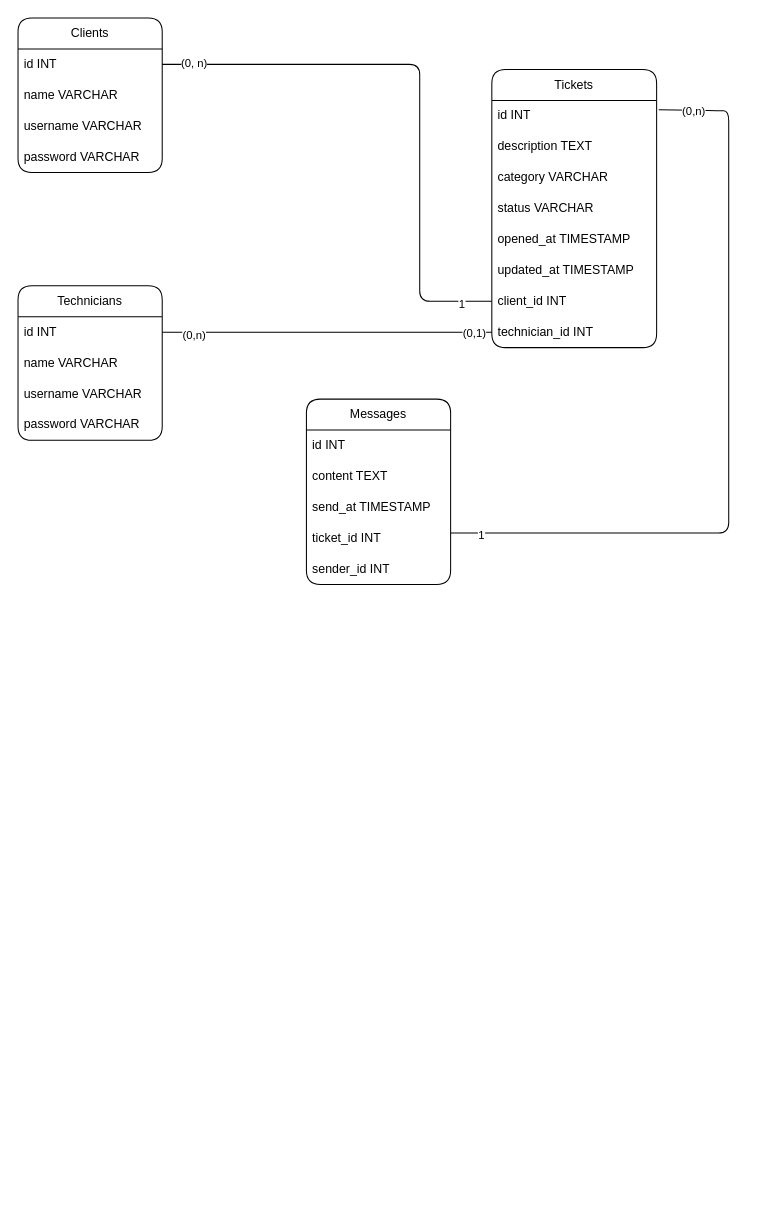
Above: One bit code/4-Dados/7-modelando_bd.drawio in KimberlyMartins/OneBitCode-Ruby (draw.io), before the change. Source tidied: cells renumbered, new cells numbered last; positions are measured from the earlier drawing's top-left corner, leaving out a move shared by most shapes. Both pictures are drawn from the tidied source at 103%, with x=0, y=0 at pixel (18, 18).
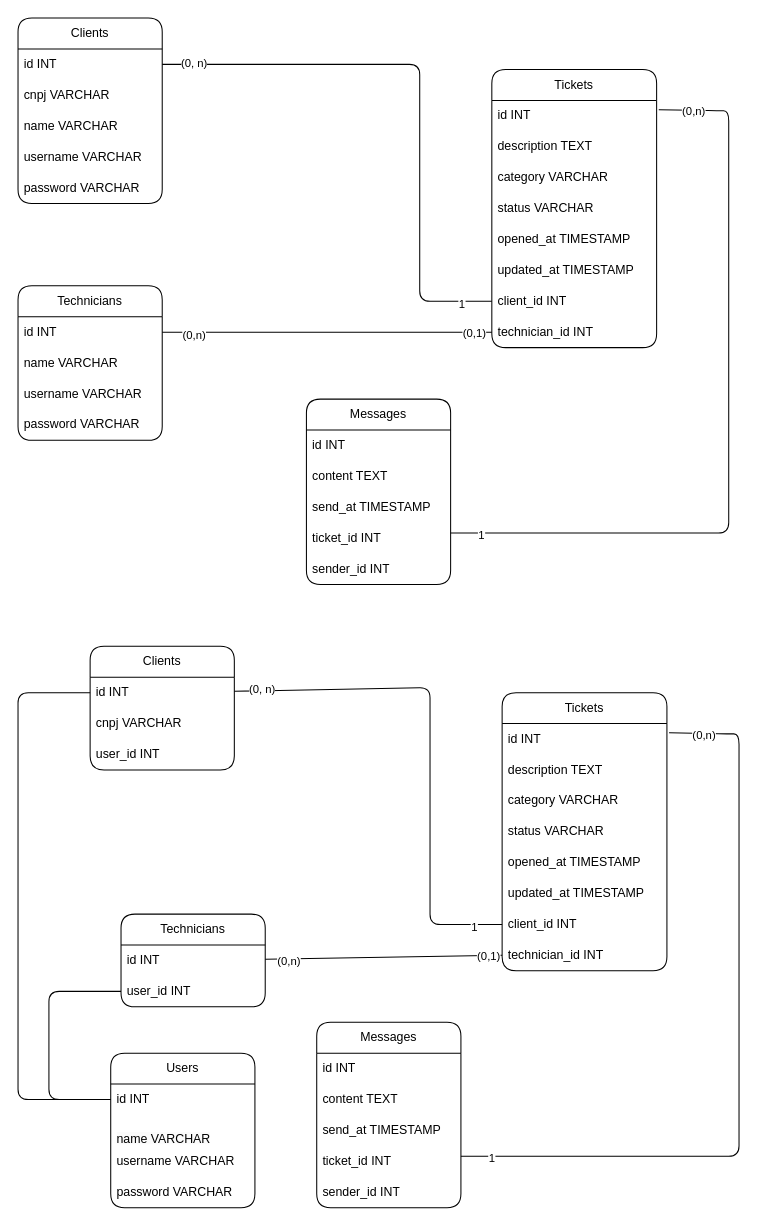
The same diagram, later.

Change to the diagram source:
```diff
@@
     <mxCell id="2" value="Clients" style="swimlane;fontStyle=0;horizontal=1;startSize=30;whiteSpace=wrap;html=1;rounded=1;" parent="1" vertex="1">
-      <mxGeometry width="140" height="150" as="geometry" />
+      <mxGeometry width="140" height="180" as="geometry" />
     </mxCell>
@@
+    <mxCell id="36" value="cnpj VARCHAR" style="text;strokeColor=none;fillColor=none;align=left;verticalAlign=middle;spacingLeft=4;spacingRight=4;overflow=hidden;whiteSpace=wrap;html=1;" parent="2" vertex="1">
+      <mxGeometry y="60" width="140" height="30" as="geometry" />
+    </mxCell>
     <mxCell id="4" value="name VARCHAR" style="text;strokeColor=none;fillColor=none;align=left;verticalAlign=middle;spacingLeft=4;spacingRight=4;overflow=hidden;whiteSpace=wrap;html=1;" parent="2" vertex="1">
-      <mxGeometry y="60" width="140" height="30" as="geometry" />
+      <mxGeometry y="90" width="140" height="30" as="geometry" />
     </mxCell>
     <mxCell id="5" value="username VARCHAR" style="text;strokeColor=none;fillColor=none;align=left;verticalAlign=middle;spacingLeft=4;spacingRight=4;overflow=hidden;whiteSpace=wrap;html=1;" parent="2" vertex="1">
-      <mxGeometry y="90" width="140" height="30" as="geometry" />
+      <mxGeometry y="120" width="140" height="30" as="geometry" />
     </mxCell>
     <mxCell id="6" value="password VARCHAR" style="text;strokeColor=none;fillColor=none;align=left;verticalAlign=middle;spacingLeft=4;spacingRight=4;overflow=hidden;whiteSpace=wrap;html=1;" parent="2" vertex="1">
-      <mxGeometry y="120" width="140" height="30" as="geometry" />
+      <mxGeometry y="150" width="140" height="30" as="geometry" />
     </mxCell>
@@
+    <mxCell id="37" value="Tickets" style="swimlane;fontStyle=0;horizontal=1;startSize=30;whiteSpace=wrap;html=1;rounded=1;" parent="1" vertex="1">
+      <mxGeometry x="470" y="655" width="160" height="270" as="geometry" />
+    </mxCell>
+    <mxCell id="38" value="id INT" style="text;strokeColor=none;fillColor=none;align=left;verticalAlign=middle;spacingLeft=4;spacingRight=4;overflow=hidden;points=[[0,0.5],[1,0.5]];portConstraint=eastwest;whiteSpace=wrap;html=1;rounded=1;" parent="37" vertex="1">
+      <mxGeometry y="30" width="160" height="30" as="geometry" />
+    </mxCell>
+    <mxCell id="39" value="description TEXT" style="text;strokeColor=none;fillColor=none;align=left;verticalAlign=middle;spacingLeft=4;spacingRight=4;overflow=hidden;whiteSpace=wrap;html=1;" parent="37" vertex="1">
+      <mxGeometry y="60" width="160" height="30" as="geometry" />
+    </mxCell>
+    <mxCell id="40" value="category VARCHAR" style="text;strokeColor=none;fillColor=none;align=left;verticalAlign=middle;spacingLeft=4;spacingRight=4;overflow=hidden;whiteSpace=wrap;html=1;" parent="37" vertex="1">
+      <mxGeometry y="90" width="160" height="30" as="geometry" />
+    </mxCell>
+    <mxCell id="41" value="status VARCHAR" style="text;strokeColor=none;fillColor=none;align=left;verticalAlign=middle;spacingLeft=4;spacingRight=4;overflow=hidden;whiteSpace=wrap;html=1;" parent="37" vertex="1">
+      <mxGeometry y="120" width="160" height="30" as="geometry" />
+    </mxCell>
+    <mxCell id="42" value="opened_at TIMESTAMP" style="text;strokeColor=none;fillColor=none;align=left;verticalAlign=middle;spacingLeft=4;spacingRight=4;overflow=hidden;whiteSpace=wrap;html=1;" parent="37" vertex="1">
+      <mxGeometry y="150" width="160" height="30" as="geometry" />
+    </mxCell>
+    <mxCell id="43" value="updated_at TIMESTAMP" style="text;strokeColor=none;fillColor=none;align=left;verticalAlign=middle;spacingLeft=4;spacingRight=4;overflow=hidden;whiteSpace=wrap;html=1;" parent="37" vertex="1">
+      <mxGeometry y="180" width="160" height="30" as="geometry" />
+    </mxCell>
+    <mxCell id="44" value="client_id INT" style="text;strokeColor=none;fillColor=none;align=left;verticalAlign=middle;spacingLeft=4;spacingRight=4;overflow=hidden;points=[[0,0.5],[1,0.5]];portConstraint=eastwest;whiteSpace=wrap;html=1;" parent="37" vertex="1">
+      <mxGeometry y="210" width="160" height="30" as="geometry" />
+    </mxCell>
+    <mxCell id="45" value="technician_id INT" style="text;strokeColor=none;fillColor=none;align=left;verticalAlign=middle;spacingLeft=4;spacingRight=4;overflow=hidden;points=[[0,0.5],[1,0.5]];portConstraint=eastwest;whiteSpace=wrap;html=1;" parent="37" vertex="1">
+      <mxGeometry y="240" width="160" height="30" as="geometry" />
+    </mxCell>
+    <mxCell id="46" style="endArrow=none;html=1;entryX=0;entryY=0.5;entryDx=0;entryDy=0;" parent="1" edge="1" source="66" target="45">
+      <mxGeometry relative="1" as="geometry" />
+    </mxCell>
+    <mxCell id="47" value="(0,n)" style="edgeLabel;html=1;align=center;verticalAlign=middle;" parent="46" vertex="1">
+      <mxGeometry x="-0.81" y="-2" relative="1" as="geometry" />
+    </mxCell>
+    <mxCell id="48" value="(0,1)" style="edgeLabel;html=1;align=center;verticalAlign=middle;" parent="46" vertex="1">
+      <mxGeometry x="0.89" relative="1" as="geometry" />
+    </mxCell>
+    <mxCell id="49" style="endArrow=none;html=1;entryX=0;entryY=0.5;entryDx=0;entryDy=0;" parent="1" edge="1" source="62" target="44">
+      <mxGeometry relative="1" as="geometry">
+        <Array as="points">
+          <mxPoint x="400" y="650" />
+          <mxPoint x="400" y="880" />
+        </Array>
+      </mxGeometry>
+    </mxCell>
+    <mxCell id="50" value="1" style="edgeLabel;html=1;align=center;verticalAlign=middle;" parent="49" vertex="1">
+      <mxGeometry x="0.89" y="-2" relative="1" as="geometry" />
+    </mxCell>
+    <mxCell id="51" value="(0, n)" style="edgeLabel;html=1;align=center;verticalAlign=middle;" parent="49" vertex="1">
+      <mxGeometry x="-0.89" y="2" relative="1" as="geometry" />
+    </mxCell>
+    <mxCell id="52" value="Messages" style="swimlane;fontStyle=0;horizontal=1;startSize=30;whiteSpace=wrap;html=1;rounded=1;" parent="1" vertex="1">
+      <mxGeometry x="290" y="975" width="140" height="180" as="geometry" />
+    </mxCell>
+    <mxCell id="53" value="id INT" style="text;strokeColor=none;fillColor=none;align=left;verticalAlign=middle;spacingLeft=4;spacingRight=4;overflow=hidden;whiteSpace=wrap;html=1;" parent="52" vertex="1">
+      <mxGeometry y="30" width="140" height="30" as="geometry" />
+    </mxCell>
+    <mxCell id="54" value="content TEXT" style="text;strokeColor=none;fillColor=none;align=left;verticalAlign=middle;spacingLeft=4;spacingRight=4;overflow=hidden;whiteSpace=wrap;html=1;" parent="52" vertex="1">
+      <mxGeometry y="60" width="140" height="30" as="geometry" />
+    </mxCell>
+    <mxCell id="55" value="send_at TIMESTAMP" style="text;strokeColor=none;fillColor=none;align=left;verticalAlign=middle;spacingLeft=4;spacingRight=4;overflow=hidden;whiteSpace=wrap;html=1;" parent="52" vertex="1">
+      <mxGeometry y="90" width="140" height="30" as="geometry" />
+    </mxCell>
+    <mxCell id="56" value="ticket_id INT" style="text;strokeColor=none;fillColor=none;align=left;verticalAlign=middle;spacingLeft=4;spacingRight=4;overflow=hidden;points=[[0,0.5],[1,0.5]];portConstraint=eastwest;whiteSpace=wrap;html=1;" parent="52" vertex="1">
+      <mxGeometry y="120" width="140" height="30" as="geometry" />
+    </mxCell>
+    <mxCell id="57" value="sender_id INT" style="text;strokeColor=none;fillColor=none;align=left;verticalAlign=middle;spacingLeft=4;spacingRight=4;overflow=hidden;whiteSpace=wrap;html=1;" parent="52" vertex="1">
+      <mxGeometry y="150" width="140" height="30" as="geometry" />
+    </mxCell>
+    <mxCell id="58" style="endArrow=none;html=1;exitX=1;exitY=0.333;exitDx=0;exitDy=0;entryX=1.013;entryY=0.3;entryDx=0;entryDy=0;entryPerimeter=0;exitPerimeter=0;" parent="1" edge="1" source="56" target="38">
+      <mxGeometry relative="1" as="geometry">
+        <Array as="points">
+          <mxPoint x="700" y="1105" />
+          <mxPoint x="700" y="895" />
+          <mxPoint x="700" y="795" />
+          <mxPoint x="700" y="735" />
+          <mxPoint x="700" y="695" />
+          <mxPoint x="690" y="695" />
+        </Array>
+      </mxGeometry>
+    </mxCell>
+    <mxCell id="59" value="1" style="edgeLabel;html=1;align=center;verticalAlign=middle;" parent="58" vertex="1">
+      <mxGeometry x="-0.92" y="-2" relative="1" as="geometry" />
+    </mxCell>
+    <mxCell id="60" value="(0,n)" style="edgeLabel;html=1;align=center;verticalAlign=middle;" parent="58" vertex="1">
+      <mxGeometry x="0.91" y="1" relative="1" as="geometry" />
+    </mxCell>
+    <mxCell id="61" value="Clients" style="swimlane;fontStyle=0;horizontal=1;startSize=30;whiteSpace=wrap;html=1;rounded=1;" parent="1" vertex="1">
+      <mxGeometry x="70" y="610" width="140" height="120" as="geometry" />
+    </mxCell>
+    <mxCell id="62" value="id INT" style="text;strokeColor=none;fillColor=none;align=left;verticalAlign=middle;spacingLeft=4;spacingRight=4;overflow=hidden;points=[[0,0.5],[1,0.5]];portConstraint=eastwest;whiteSpace=wrap;html=1;" parent="61" vertex="1">
+      <mxGeometry y="30" width="140" height="30" as="geometry" />
+    </mxCell>
+    <mxCell id="63" value="cnpj VARCHAR" style="text;strokeColor=none;fillColor=none;align=left;verticalAlign=middle;spacingLeft=4;spacingRight=4;overflow=hidden;whiteSpace=wrap;html=1;" parent="61" vertex="1">
+      <mxGeometry y="60" width="140" height="30" as="geometry" />
+    </mxCell>
+    <mxCell id="64" value="&lt;span style=&quot;color: rgb(0, 0, 0);&quot;&gt;user_id INT&lt;/span&gt;" style="text;strokeColor=none;fillColor=none;align=left;verticalAlign=middle;spacingLeft=4;spacingRight=4;overflow=hidden;whiteSpace=wrap;html=1;" parent="61" vertex="1">
+      <mxGeometry y="90" width="140" height="30" as="geometry" />
+    </mxCell>
+    <mxCell id="65" value="Technicians" style="swimlane;fontStyle=0;horizontal=1;startSize=30;whiteSpace=wrap;html=1;rounded=1;shadow=0;glass=0;" parent="1" vertex="1">
+      <mxGeometry x="100" y="870" width="140" height="90" as="geometry" />
+    </mxCell>
+    <mxCell id="66" value="id INT" style="text;strokeColor=none;fillColor=none;align=left;verticalAlign=middle;spacingLeft=4;spacingRight=4;overflow=hidden;points=[[0,0.5],[1,0.5]];portConstraint=eastwest;whiteSpace=wrap;html=1;" parent="65" vertex="1">
+      <mxGeometry y="30" width="140" height="30" as="geometry" />
+    </mxCell>
+    <mxCell id="67" value="user_id INT" style="text;strokeColor=none;fillColor=none;align=left;verticalAlign=middle;spacingLeft=4;spacingRight=4;overflow=hidden;points=[[0,0.5],[1,0.5]];portConstraint=eastwest;whiteSpace=wrap;html=1;" parent="65" vertex="1">
+      <mxGeometry y="60" width="140" height="30" as="geometry" />
+    </mxCell>
+    <mxCell id="68" value="Users" style="swimlane;fontStyle=0;horizontal=1;startSize=30;whiteSpace=wrap;html=1;rounded=1;" parent="1" vertex="1">
+      <mxGeometry x="90" y="1005" width="140" height="150" as="geometry" />
+    </mxCell>
+    <mxCell id="69" value="id INT" style="text;strokeColor=none;fillColor=none;align=left;verticalAlign=middle;spacingLeft=4;spacingRight=4;overflow=hidden;points=[[0,0.5],[1,0.5]];portConstraint=eastwest;whiteSpace=wrap;html=1;" parent="68" vertex="1">
+      <mxGeometry y="30" width="140" height="30" as="geometry" />
+    </mxCell>
+    <mxCell id="70" value="&#10;&lt;span style=&quot;color: rgb(0, 0, 0); font-family: Helvetica; font-size: 12px; font-style: normal; font-variant-ligatures: normal; font-variant-caps: normal; font-weight: 400; letter-spacing: normal; orphans: 2; text-align: left; text-indent: 0px; text-transform: none; widows: 2; word-spacing: 0px; -webkit-text-stroke-width: 0px; white-space: normal; background-color: rgb(251, 251, 251); text-decoration-thickness: initial; text-decoration-style: initial; text-decoration-color: initial; display: inline !important; float: none;&quot;&gt;name VARCHAR&lt;/span&gt;&#10;&#10;" style="text;strokeColor=none;fillColor=none;align=left;verticalAlign=middle;spacingLeft=4;spacingRight=4;overflow=hidden;whiteSpace=wrap;html=1;" parent="68" vertex="1">
+      <mxGeometry y="60" width="140" height="30" as="geometry" />
+    </mxCell>
+    <mxCell id="71" value="&lt;span style=&quot;color: rgb(0, 0, 0);&quot;&gt;username VARCHAR&lt;/span&gt;" style="text;strokeColor=none;fillColor=none;align=left;verticalAlign=middle;spacingLeft=4;spacingRight=4;overflow=hidden;whiteSpace=wrap;html=1;" parent="68" vertex="1">
+      <mxGeometry y="90" width="140" height="30" as="geometry" />
+    </mxCell>
+    <mxCell id="72" value="&lt;span style=&quot;color: rgb(0, 0, 0);&quot;&gt;password VARCHAR&lt;/span&gt;" style="text;strokeColor=none;fillColor=none;align=left;verticalAlign=middle;spacingLeft=4;spacingRight=4;overflow=hidden;whiteSpace=wrap;html=1;" parent="68" vertex="1">
+      <mxGeometry y="120" width="140" height="30" as="geometry" />
+    </mxCell>
+    <mxCell id="73" style="endArrow=none;html=1;entryX=0;entryY=0.5;entryDx=0;entryDy=0;" parent="1" edge="1" source="69" target="67">
+      <mxGeometry relative="1" as="geometry">
+        <Array as="points">
+          <mxPoint x="30" y="1050" />
+          <mxPoint x="30" y="945" />
+        </Array>
+      </mxGeometry>
+    </mxCell>
+    <mxCell id="74" style="endArrow=none;html=1;entryX=0;entryY=0.5;entryDx=0;entryDy=0;" parent="1" edge="1" source="69" target="62">
+      <mxGeometry relative="1" as="geometry">
+        <Array as="points">
+          <mxPoint y="1050" />
+          <mxPoint y="810" />
+          <mxPoint y="655" />
+        </Array>
+      </mxGeometry>
+    </mxCell>
```
